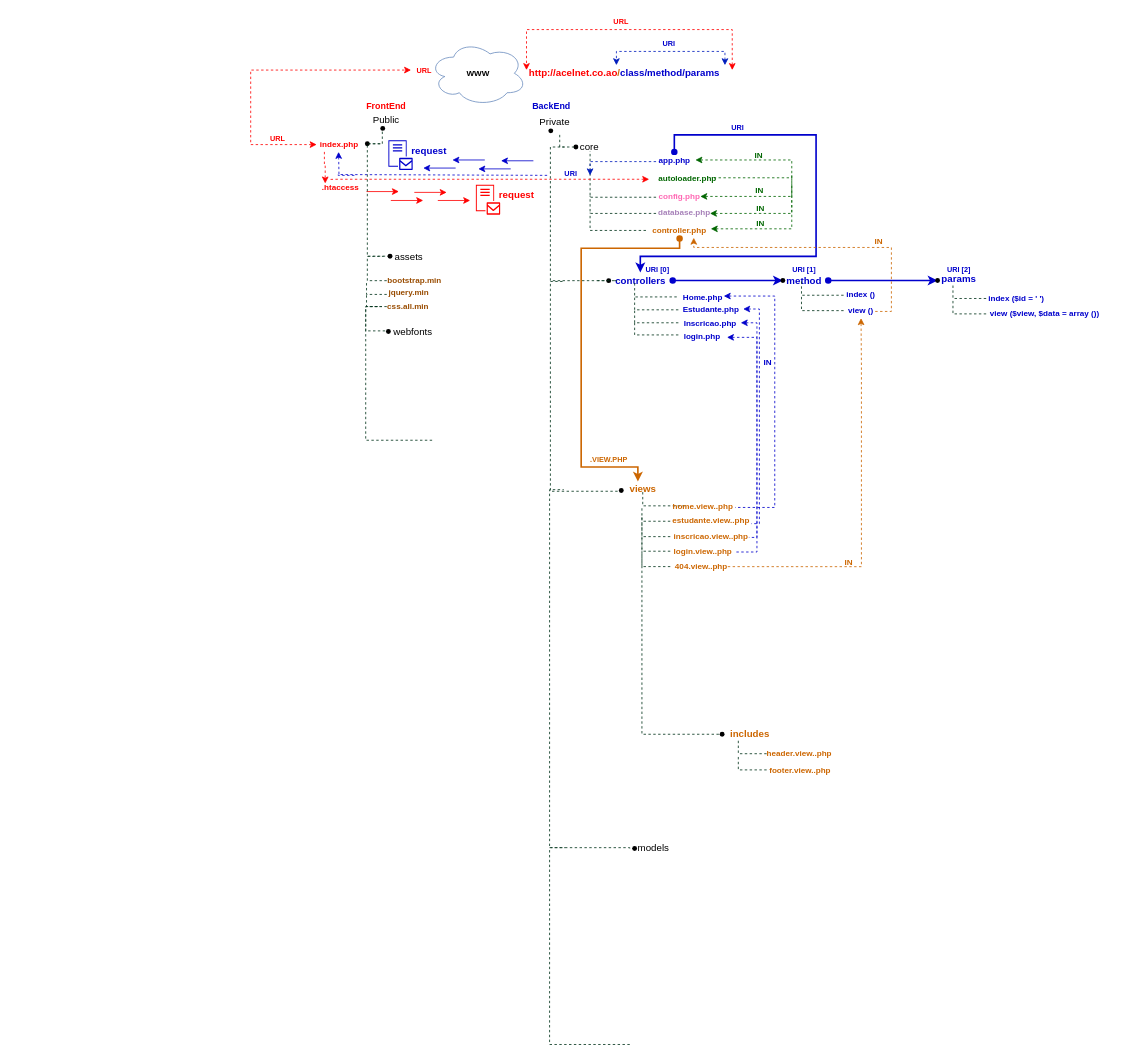
acaluege/acelnet_school keeps this draw.io diagram as material/Diagrama_acelnet_school.drawio. Above is the earlier version. Source tidied: cells renumbered, new cells numbered last; positions are measured from the earlier drawing's top-left corner, leaving out a move shared by most shapes. Both pictures are drawn from the tidied source at 81%, with x=0, y=0 at pixel (250, 14).
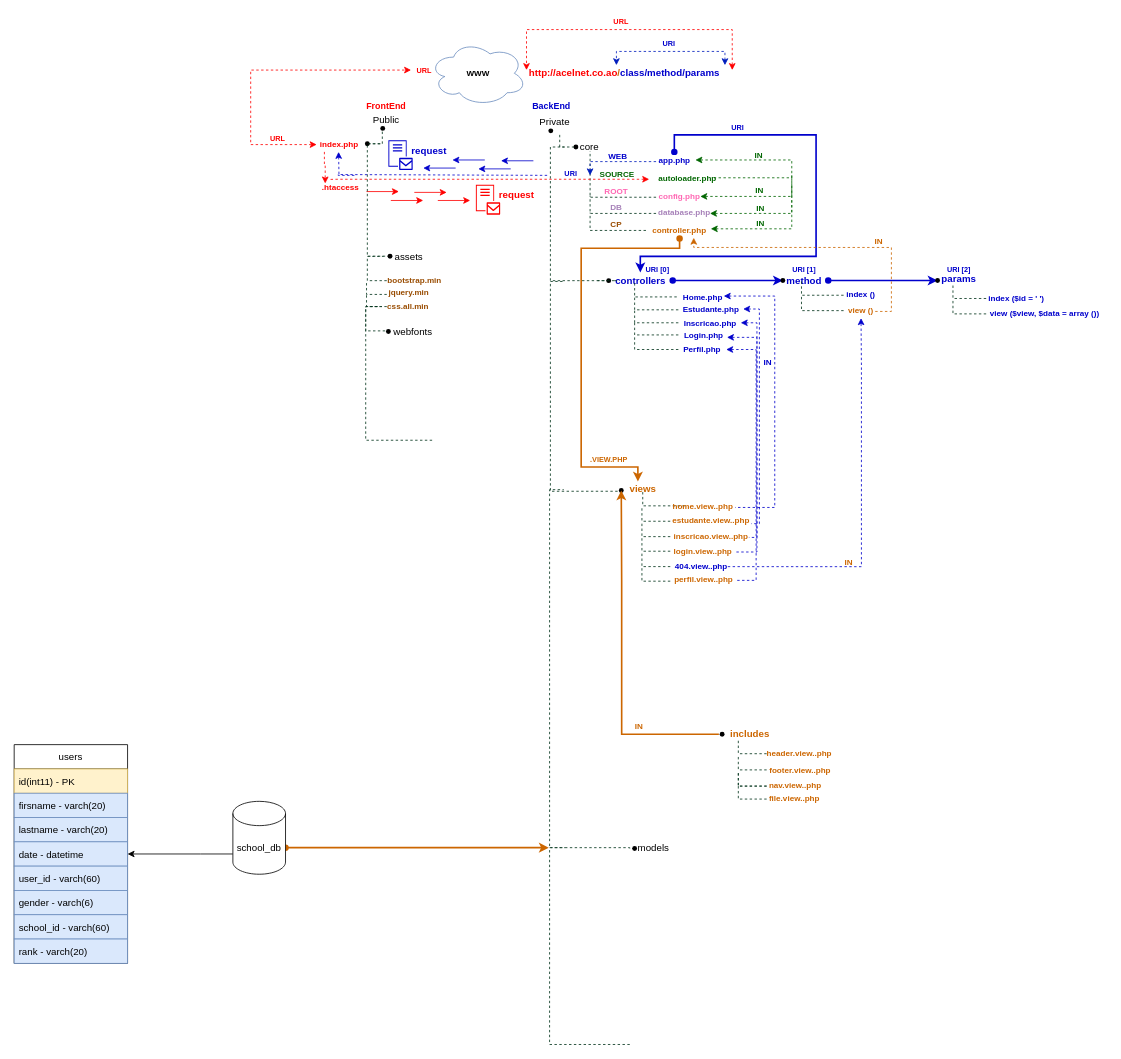
The same diagram, later.

Unchanged cells that the change refers to:
```xml
<mxCell id="40" style="shape=waypoint;sketch=0;fillStyle=solid;size=6;points=[];fillColor=none;perimeter=centerPerimeter;snapToPoint=1;fontSize=10;" parent="1" vertex="1">
  <mxGeometry x="437.5" y="568" width="40" height="40" as="geometry" />
</mxCell>
```

Change to the diagram source:
```diff
@@
-    <mxCell id="97" value="view ()" style="text;html=1;align=center;verticalAlign=middle;whiteSpace=wrap;rounded=0;fontStyle=1;fontSize=10;fontColor=#0000CC;" parent="1" vertex="1">
+    <mxCell id="97" value="view ()" style="text;html=1;align=center;verticalAlign=middle;whiteSpace=wrap;rounded=0;fontStyle=1;fontSize=10;fontColor=#CC6600;" parent="1" vertex="1">
       <mxGeometry x="721" y="354.8" width="65" height="20.5" as="geometry" />
     </mxCell>
@@
-    <mxCell id="116" style="edgeStyle=orthogonalEdgeStyle;rounded=0;orthogonalLoop=1;jettySize=auto;html=1;dashed=1;startArrow=none;startFill=0;endArrow=none;endFill=0;strokeColor=#00331A;strokeWidth=1;" parent="1" edge="1">
+    <mxCell id="116" style="edgeStyle=orthogonalEdgeStyle;rounded=0;jettySize=auto;html=1;startArrow=none;startFill=0;endArrow=classic;endFill=1;strokeColor=#CC6600;strokeWidth=2;" parent="1" edge="1" target="40">
       <mxGeometry relative="1" as="geometry">
         <mxPoint x="578" y="889" as="sourcePoint" />
-        <mxPoint x="483" y="617.8" as="targetPoint" />
         <Array as="points">
-          <mxPoint x="483" y="889" />
+          <mxPoint x="458" y="889" />
+          <mxPoint x="458" y="699" />
         </Array>
       </mxGeometry>
     </mxCell>
@@
-    <mxCell id="125" value="login.php" style="text;html=1;align=center;verticalAlign=middle;whiteSpace=wrap;rounded=0;fontStyle=1;fontSize=10;fontColor=#0000CC;" parent="1" vertex="1">
-      <mxGeometry x="524.5" y="387.5" width="65" height="20.5" as="geometry" />
+    <mxCell id="125" value="Login.php" style="text;html=1;align=center;verticalAlign=middle;whiteSpace=wrap;rounded=0;fontStyle=1;fontSize=10;fontColor=#0000CC;" parent="1" vertex="1">
+      <mxGeometry x="526.5" y="385.5" width="65" height="20.5" as="geometry" />
     </mxCell>
@@
-    <mxCell id="134" value="404.view..php" style="text;html=1;align=center;verticalAlign=middle;whiteSpace=wrap;rounded=0;fontStyle=1;fontSize=10;fontColor=#CC6600;" parent="1" vertex="1">
+    <mxCell id="134" value="404.view..php" style="text;html=1;align=center;verticalAlign=middle;whiteSpace=wrap;rounded=0;fontStyle=1;fontSize=10;fontColor=#0000CC;" parent="1" vertex="1">
       <mxGeometry x="524" y="671.8" width="65" height="20.5" as="geometry" />
     </mxCell>
-    <mxCell id="135" style="edgeStyle=orthogonalEdgeStyle;rounded=0;jettySize=auto;html=1;dashed=1;startArrow=none;startFill=0;endArrow=classic;endFill=1;strokeColor=#CC6600;strokeWidth=1;fillColor=#a0522d;fontColor=#CC6600;entryX=0.5;entryY=1;entryDx=0;entryDy=0;exitX=1;exitY=0.5;exitDx=0;exitDy=0;" parent="1" edge="1" source="134" target="97">
+    <mxCell id="135" style="edgeStyle=orthogonalEdgeStyle;rounded=0;jettySize=auto;html=1;dashed=1;startArrow=none;startFill=0;endArrow=classic;endFill=1;strokeColor=#0000CC;strokeWidth=1;fillColor=#a0522d;fontColor=#0000CC;entryX=0.5;entryY=1;entryDx=0;entryDy=0;exitX=1;exitY=0.5;exitDx=0;exitDy=0;" parent="1" edge="1" source="134" target="97">
       <mxGeometry relative="1" as="geometry">
         <Array as="points">
           <mxPoint x="754" y="682" />
           <mxPoint x="754" y="435" />
         </Array>
       </mxGeometry>
     </mxCell>
@@
+    <mxCell id="137" value="nav.view..php" style="text;html=1;align=center;verticalAlign=middle;whiteSpace=wrap;rounded=0;fontStyle=1;fontSize=10;fontColor=#CC6600;" parent="1" vertex="1">
+      <mxGeometry x="640" y="941.8" width="65" height="20.5" as="geometry" />
+    </mxCell>
+    <mxCell id="138" style="edgeStyle=orthogonalEdgeStyle;rounded=0;orthogonalLoop=1;jettySize=auto;html=1;dashed=1;startArrow=none;startFill=0;endArrow=none;endFill=0;strokeColor=#00331A;strokeWidth=1;" parent="1" edge="1">
+      <mxGeometry relative="1" as="geometry">
+        <mxPoint x="637" y="953" as="sourcePoint" />
+        <mxPoint x="602" y="934.8" as="targetPoint" />
+        <Array as="points">
+          <mxPoint x="602" y="952.8" />
+        </Array>
+      </mxGeometry>
+    </mxCell>
+    <mxCell id="139" style="edgeStyle=orthogonalEdgeStyle;rounded=0;jettySize=auto;html=1;fontColor=#CC6600;startArrow=oval;startFill=1;endArrow=classic;endFill=1;strokeColor=#CC6600;strokeWidth=2;" parent="1" edge="1" source="141">
+      <mxGeometry relative="1" as="geometry">
+        <mxPoint x="368" y="1029" as="targetPoint" />
+        <Array as="points">
+          <mxPoint x="128" y="1029" />
+          <mxPoint x="128" y="1029" />
+        </Array>
+      </mxGeometry>
+    </mxCell>
+    <mxCell id="140" style="edgeStyle=orthogonalEdgeStyle;rounded=0;jettySize=auto;html=1;" parent="1" edge="1" source="141" target="146">
+      <mxGeometry relative="1" as="geometry">
+        <Array as="points">
+          <mxPoint x="-62" y="1036.8" />
+          <mxPoint x="-62" y="1036.8" />
+        </Array>
+      </mxGeometry>
+    </mxCell>
+    <mxCell id="141" value="school_db" style="shape=cylinder3;whiteSpace=wrap;html=1;boundedLbl=1;backgroundOutline=1;size=15;" parent="1" vertex="1">
+      <mxGeometry x="-22" y="971.8" width="65" height="90" as="geometry" />
+    </mxCell>
+    <mxCell id="142" value="users" style="swimlane;fontStyle=0;horizontal=1;startSize=30;" parent="1" vertex="1">
+      <mxGeometry x="-292" y="901.8" width="140" height="270" as="geometry" />
+    </mxCell>
+    <mxCell id="143" value="id(int11) - PK" style="text;strokeColor=#d6b656;fillColor=#fff2cc;align=left;verticalAlign=middle;spacingLeft=4;spacingRight=4;overflow=hidden;" parent="142" vertex="1">
+      <mxGeometry y="30" width="140" height="30" as="geometry" />
+    </mxCell>
+    <mxCell id="144" value="firsname - varch(20)" style="text;strokeColor=#6c8ebf;fillColor=#dae8fc;align=left;verticalAlign=middle;spacingLeft=4;spacingRight=4;overflow=hidden;" parent="142" vertex="1">
+      <mxGeometry y="60" width="140" height="30" as="geometry" />
+    </mxCell>
+    <mxCell id="145" value="lastname - varch(20)" style="text;strokeColor=#6c8ebf;fillColor=#dae8fc;align=left;verticalAlign=middle;spacingLeft=4;spacingRight=4;overflow=hidden;" parent="142" vertex="1">
+      <mxGeometry y="90" width="140" height="30" as="geometry" />
+    </mxCell>
+    <mxCell id="146" value="date - datetime" style="text;strokeColor=#6c8ebf;fillColor=#dae8fc;align=left;verticalAlign=middle;spacingLeft=4;spacingRight=4;overflow=hidden;points=[[0,0.5],[1,0.5]];portConstraint=eastwest;" parent="142" vertex="1">
+      <mxGeometry y="120" width="140" height="30" as="geometry" />
+    </mxCell>
+    <mxCell id="147" value="user_id - varch(60)" style="text;strokeColor=#6c8ebf;fillColor=#dae8fc;align=left;verticalAlign=middle;spacingLeft=4;spacingRight=4;overflow=hidden;" parent="142" vertex="1">
+      <mxGeometry y="150" width="140" height="30" as="geometry" />
+    </mxCell>
+    <mxCell id="148" value="gender - varch(6)" style="text;strokeColor=#6c8ebf;fillColor=#dae8fc;align=left;verticalAlign=middle;spacingLeft=4;spacingRight=4;overflow=hidden;" parent="142" vertex="1">
+      <mxGeometry y="180" width="140" height="30" as="geometry" />
+    </mxCell>
+    <mxCell id="149" value="school_id - varch(60)" style="text;strokeColor=#6c8ebf;fillColor=#dae8fc;align=left;verticalAlign=middle;spacingLeft=4;spacingRight=4;overflow=hidden;" parent="142" vertex="1">
+      <mxGeometry y="210" width="140" height="30" as="geometry" />
+    </mxCell>
+    <mxCell id="150" value="rank - varch(20)" style="text;strokeColor=#6c8ebf;fillColor=#dae8fc;align=left;verticalAlign=middle;spacingLeft=4;spacingRight=4;overflow=hidden;" parent="142" vertex="1">
+      <mxGeometry y="240" width="140" height="30" as="geometry" />
+    </mxCell>
+    <mxCell id="151" style="edgeStyle=orthogonalEdgeStyle;rounded=0;orthogonalLoop=1;jettySize=auto;html=1;dashed=1;startArrow=none;startFill=0;endArrow=none;endFill=0;strokeColor=#00331A;strokeWidth=1;exitX=0;exitY=0.5;exitDx=0;exitDy=0;" parent="1" edge="1">
+      <mxGeometry relative="1" as="geometry">
+        <mxPoint x="528" y="414" as="sourcePoint" />
+        <mxPoint x="474" y="395.8" as="targetPoint" />
+        <Array as="points">
+          <mxPoint x="474" y="413.8" />
+        </Array>
+      </mxGeometry>
+    </mxCell>
+    <mxCell id="152" value="Perfil.php" style="text;html=1;align=center;verticalAlign=middle;whiteSpace=wrap;rounded=0;fontStyle=1;fontSize=10;fontColor=#0000CC;" parent="1" vertex="1">
+      <mxGeometry x="524.5" y="402.5" width="65" height="20.5" as="geometry" />
+    </mxCell>
+    <mxCell id="153" style="edgeStyle=orthogonalEdgeStyle;rounded=0;orthogonalLoop=1;jettySize=auto;html=1;dashed=1;startArrow=classic;startFill=1;endArrow=none;endFill=0;strokeColor=#0000CC;strokeWidth=1;fontColor=#006600;fillColor=#a0522d;" parent="1" edge="1">
+      <mxGeometry relative="1" as="geometry">
+        <mxPoint x="587" y="414" as="sourcePoint" />
+        <mxPoint x="598" y="699" as="targetPoint" />
+        <Array as="points">
+          <mxPoint x="624" y="414" />
+          <mxPoint x="624" y="699" />
+        </Array>
+      </mxGeometry>
+    </mxCell>
+    <mxCell id="154" value="perfil.view..php" style="text;html=1;align=center;verticalAlign=middle;whiteSpace=wrap;rounded=0;fontStyle=1;fontSize=10;fontColor=#CC6600;" parent="1" vertex="1">
+      <mxGeometry x="527" y="687.8" width="65" height="20.5" as="geometry" />
+    </mxCell>
+    <mxCell id="155" style="edgeStyle=orthogonalEdgeStyle;rounded=0;orthogonalLoop=1;jettySize=auto;html=1;dashed=1;startArrow=none;startFill=0;endArrow=none;endFill=0;strokeColor=#00331A;strokeWidth=1;" parent="1" edge="1">
+      <mxGeometry relative="1" as="geometry">
+        <mxPoint x="518" y="700" as="sourcePoint" />
+        <mxPoint x="483" y="681.8" as="targetPoint" />
+        <Array as="points">
+          <mxPoint x="483" y="700" />
+        </Array>
+      </mxGeometry>
+    </mxCell>
+    <mxCell id="156" style="edgeStyle=orthogonalEdgeStyle;rounded=0;orthogonalLoop=1;jettySize=auto;html=1;dashed=1;startArrow=none;startFill=0;endArrow=none;endFill=0;strokeColor=#00331A;strokeWidth=1;" parent="1" edge="1">
+      <mxGeometry relative="1" as="geometry">
+        <mxPoint x="637" y="953" as="sourcePoint" />
+        <mxPoint x="602" y="934.8" as="targetPoint" />
+        <Array as="points">
+          <mxPoint x="602" y="952.8" />
+        </Array>
+      </mxGeometry>
+    </mxCell>
+    <mxCell id="157" style="edgeStyle=orthogonalEdgeStyle;rounded=0;orthogonalLoop=1;jettySize=auto;html=1;dashed=1;startArrow=none;startFill=0;endArrow=none;endFill=0;strokeColor=#00331A;strokeWidth=1;" parent="1" edge="1">
+      <mxGeometry relative="1" as="geometry">
+        <mxPoint x="637" y="969" as="sourcePoint" />
+        <mxPoint x="602" y="950.8" as="targetPoint" />
+        <Array as="points">
+          <mxPoint x="602" y="968.8" />
+        </Array>
+      </mxGeometry>
+    </mxCell>
+    <mxCell id="158" value="file.view..php" style="text;html=1;align=center;verticalAlign=middle;whiteSpace=wrap;rounded=0;fontStyle=1;fontSize=10;fontColor=#CC6600;" parent="1" vertex="1">
+      <mxGeometry x="639" y="957.8" width="65" height="20.5" as="geometry" />
+    </mxCell>
+    <mxCell id="159" value="IN" style="text;html=1;align=center;verticalAlign=middle;strokeColor=none;fillColor=none;fontColor=#CC6600;fontStyle=1;fontSize=10;" parent="1" vertex="1">
+      <mxGeometry x="464" y="869" width="30" height="20" as="geometry" />
+    </mxCell>
+    <mxCell id="160" value="ROOT" style="text;html=1;align=center;verticalAlign=middle;strokeColor=none;fillColor=none;fontColor=#FF66B3;fontStyle=1;fontSize=10;" parent="1" vertex="1">
+      <mxGeometry x="431" y="208.5" width="40" height="20" as="geometry" />
+    </mxCell>
+    <mxCell id="161" value="DB" style="text;html=1;align=center;verticalAlign=middle;strokeColor=none;fillColor=none;fontColor=#A680B8;fontStyle=1;fontSize=10;" parent="1" vertex="1">
+      <mxGeometry x="436" y="227.5" width="30" height="20" as="geometry" />
+    </mxCell>
+    <mxCell id="162" value="CP" style="text;html=1;align=center;verticalAlign=middle;strokeColor=none;fillColor=none;fontColor=#994C00;fontStyle=1;fontSize=10;" parent="1" vertex="1">
+      <mxGeometry x="436" y="248.5" width="30" height="20" as="geometry" />
+    </mxCell>
+    <mxCell id="163" value="SOURCE" style="text;html=1;align=center;verticalAlign=middle;strokeColor=none;fillColor=none;fontColor=#006600;fontStyle=1;fontSize=10;" parent="1" vertex="1">
+      <mxGeometry x="422" y="186.5" width="60" height="20" as="geometry" />
+    </mxCell>
+    <mxCell id="164" value="WEB" style="text;html=1;align=center;verticalAlign=middle;strokeColor=none;fillColor=none;fontColor=#0000CC;fontStyle=1;fontSize=10;" parent="1" vertex="1">
+      <mxGeometry x="433" y="164.5" width="40" height="20" as="geometry" />
+    </mxCell>
```
